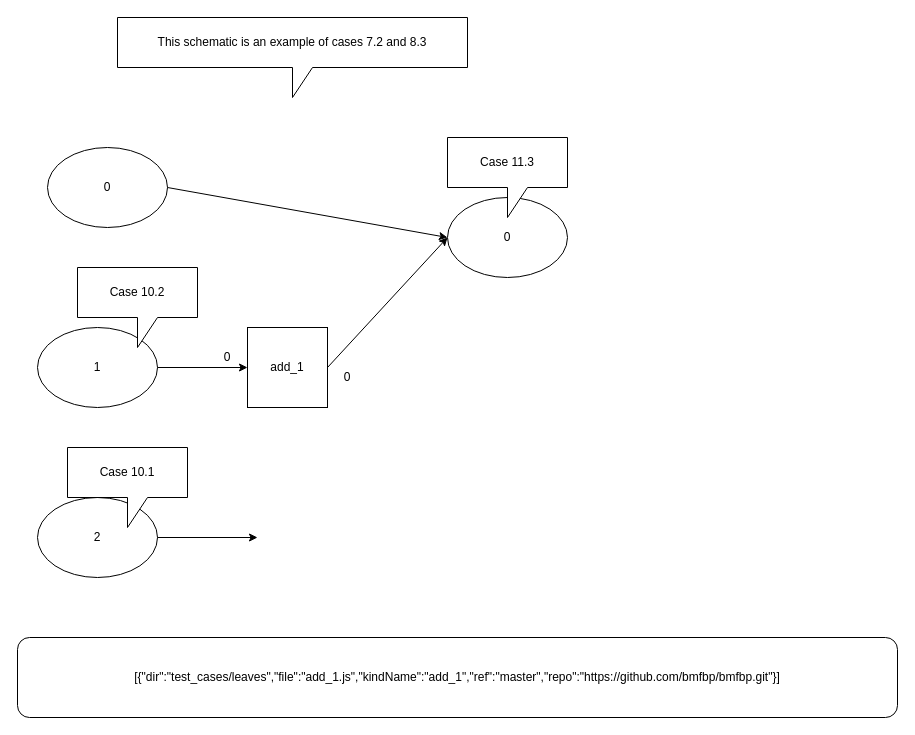
Earlier version of the draw.io diagram test_cases/composites/pass_and_add.drawio (bmfbp/bmfbp). Source tidied: cells renumbered, new cells numbered last; positions are measured from the earlier drawing's top-left corner, leaving out a move shared by most shapes. Both pictures are drawn from the tidied source at 100%, with x=0, y=0 at pixel (17, 17).
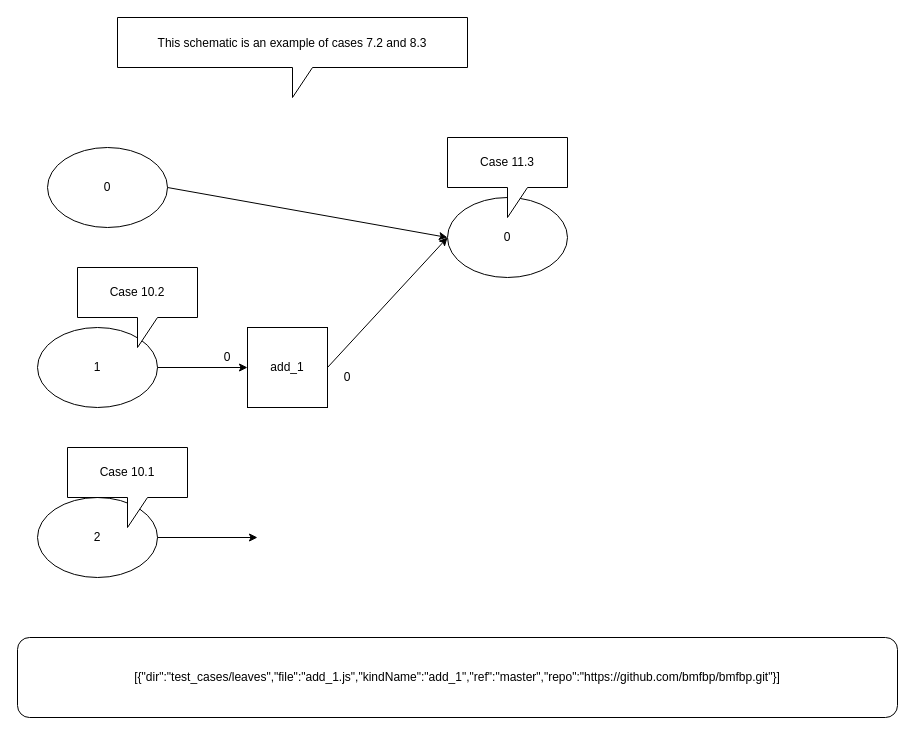
After the change.

What changed in the source:
```diff
@@
 <mxGraphModel>
   <root>
     <mxCell id="0" />
     <mxCell id="1" parent="0" />
     <mxCell id="2" value="0" style="ellipse;whiteSpace=wrap;html=1;" parent="1" vertex="1">
       <mxGeometry x="30" y="130" width="120" height="80" as="geometry" />
     </mxCell>
     <mxCell id="3" value="0" style="ellipse;whiteSpace=wrap;html=1;" parent="1" vertex="1">
       <mxGeometry x="430" y="180" width="120" height="80" as="geometry" />
     </mxCell>
     <mxCell id="4" value="1" style="ellipse;whiteSpace=wrap;html=1;" parent="1" vertex="1">
       <mxGeometry x="20" y="310" width="120" height="80" as="geometry" />
     </mxCell>
     <mxCell id="5" style="endArrow=classic;html=1;exitX=1;exitY=0.5;exitDx=0;exitDy=0;entryX=0;entryY=0.5;entryDx=0;entryDy=0;" parent="1" edge="1" source="2" target="3">
       <mxGeometry relative="1" as="geometry" />
     </mxCell>
     <mxCell id="6" style="endArrow=classic;html=1;exitX=1;exitY=0.5;exitDx=0;exitDy=0;entryX=0;entryY=0.5;entryDx=0;entryDy=0;" parent="1" edge="1" source="4" target="7">
       <mxGeometry relative="1" as="geometry" />
     </mxCell>
     <mxCell id="7" value="add_1" style="whiteSpace=wrap;html=1;" parent="1" vertex="1">
       <mxGeometry x="230" y="310" width="80" height="80" as="geometry" />
     </mxCell>
     <mxCell id="8" style="endArrow=classic;html=1;exitX=1;exitY=0.5;exitDx=0;exitDy=0;entryX=0;entryY=0.5;entryDx=0;entryDy=0;" parent="1" edge="1" source="7" target="3">
       <mxGeometry relative="1" as="geometry" />
     </mxCell>
     <mxCell id="9" value="0" style="text;html=1;strokeColor=none;fillColor=none;align=center;verticalAlign=middle;whiteSpace=wrap;rounded=0;" parent="1" vertex="1">
       <mxGeometry x="190" y="330" width="40" height="20" as="geometry" />
     </mxCell>
     <mxCell id="10" value="0" style="text;html=1;strokeColor=none;fillColor=none;align=center;verticalAlign=middle;whiteSpace=wrap;rounded=0;" parent="1" vertex="1">
       <mxGeometry x="310" y="350" width="40" height="20" as="geometry" />
     </mxCell>
-    <mxCell id="11" value="This schematic is an example of cases 7.2 and 8.3" style="shape=callout;whiteSpace=wrap;html=1;perimeter=calloutPerimeter;" parent="1" vertex="1">
+    <mxCell id="11" value="This schematic is an example of cases 7.2 and 8.3" style="shape=callout;perimeter=calloutPerimeter;" parent="1" vertex="1">
       <mxGeometry x="100" width="350" height="80" as="geometry" />
     </mxCell>
     <mxCell id="12" value="2" style="ellipse;whiteSpace=wrap;html=1;" parent="1" vertex="1">
       <mxGeometry x="20" y="480" width="120" height="80" as="geometry" />
     </mxCell>
     <mxCell id="13" style="endArrow=classic;html=1;exitX=1;exitY=0.5;exitDx=0;exitDy=0;" parent="1" edge="1" source="12">
       <mxGeometry relative="1" as="geometry">
         <mxPoint x="240" y="520" as="targetPoint" />
       </mxGeometry>
     </mxCell>
     <mxCell id="14" value="Case 10.1" style="shape=callout;whiteSpace=wrap;html=1;perimeter=calloutPerimeter;" parent="1" vertex="1">
       <mxGeometry x="50" y="430" width="120" height="80" as="geometry" />
     </mxCell>
     <mxCell id="15" value="Case 10.2" style="shape=callout;whiteSpace=wrap;html=1;perimeter=calloutPerimeter;" parent="1" vertex="1">
       <mxGeometry x="60" y="250" width="120" height="80" as="geometry" />
     </mxCell>
     <mxCell id="16" value="Case 11.3" style="shape=callout;whiteSpace=wrap;html=1;perimeter=calloutPerimeter;" parent="1" vertex="1">
       <mxGeometry x="430" y="120" width="120" height="80" as="geometry" />
     </mxCell>
     <mxCell id="17" value="&lt;div style=&quot;text-align: left&quot;&gt;&lt;span&gt;[{&quot;dir&quot;:&quot;test_cases/leaves&quot;,&quot;file&quot;:&quot;add_1.js&quot;,&quot;kindName&quot;:&quot;add_1&quot;,&quot;ref&quot;:&quot;master&quot;,&quot;repo&quot;:&quot;https://github.com/bmfbp/bmfbp.git&quot;}]&lt;/span&gt;&lt;br&gt;&lt;/div&gt;" style="rounded=1;whiteSpace=wrap;html=1;" parent="1" vertex="1">
       <mxGeometry y="620" width="880" height="80" as="geometry" />
     </mxCell>
   </root>
 </mxGraphModel>
```
